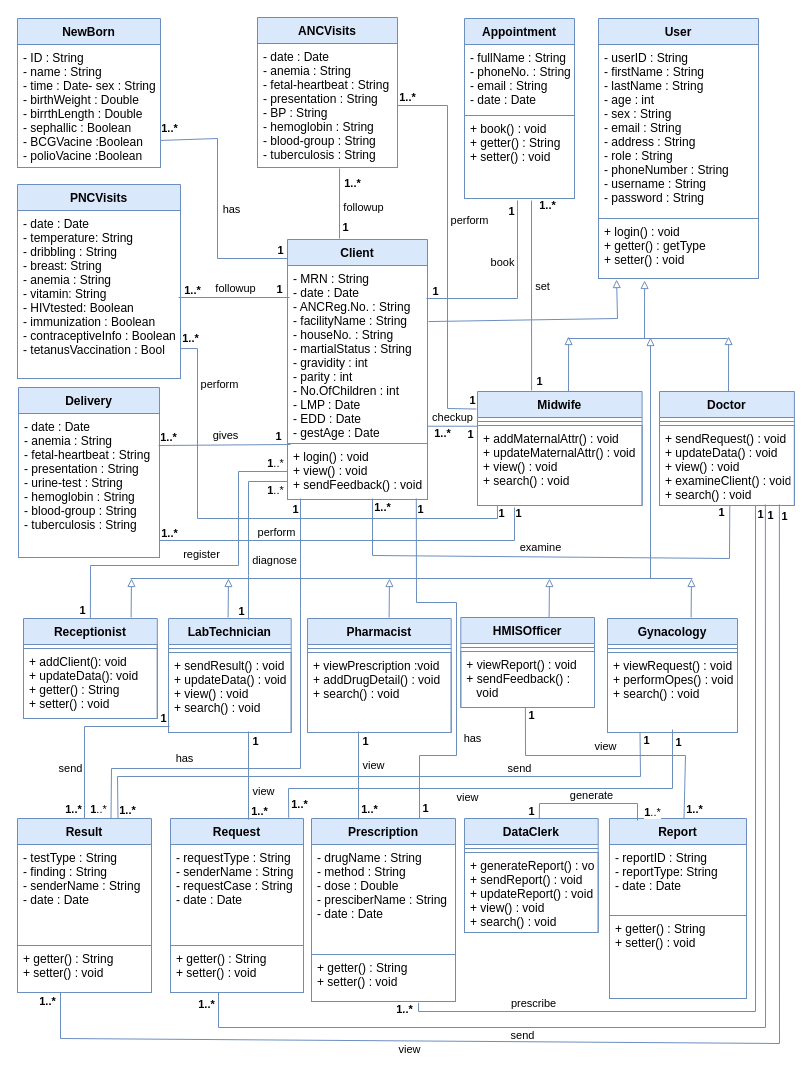
This is Class Diagram.drawio from fasil712/UML_Diagram_Design, a draw.io file, before an edit. Source tidied: cells renumbered, new cells numbered last; positions are measured from the earlier drawing's top-left corner, leaving out a move shared by most shapes. Both pictures are drawn from the tidied source at 100%, with x=0, y=0 at pixel (17, 17).
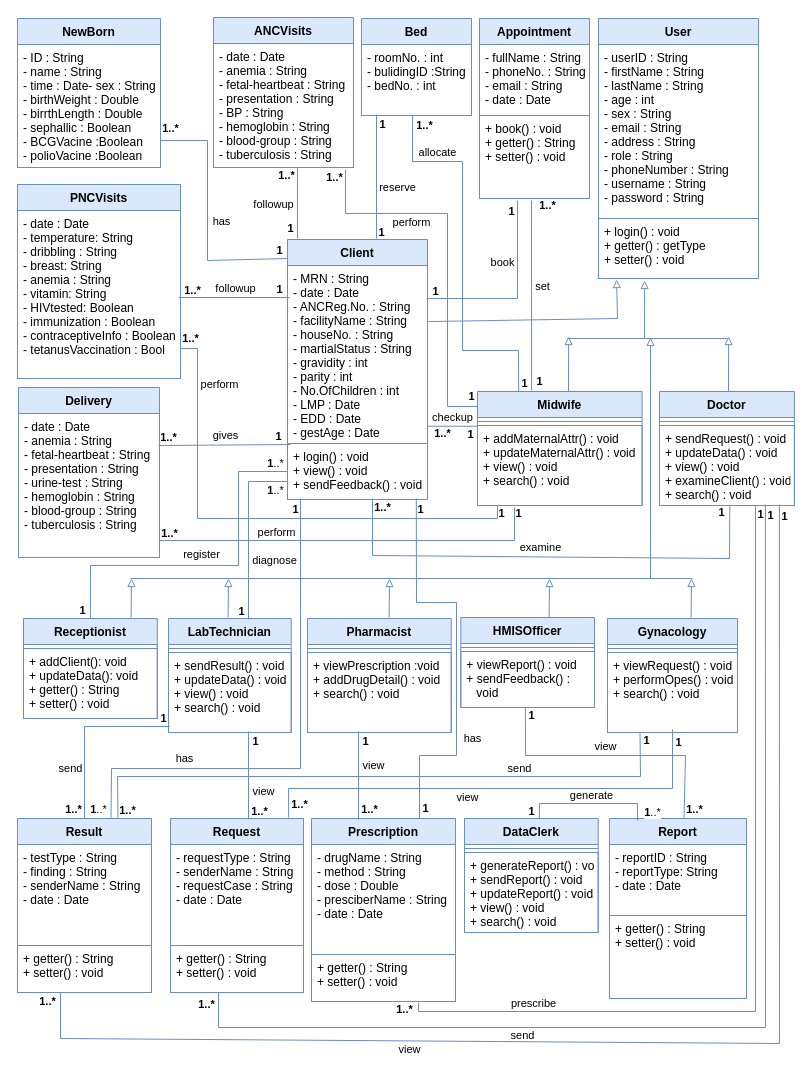
The same page after the edit.

The change refers to these unchanged cells:
```xml
<mxCell id="17" value="Client" style="swimlane;fontStyle=1;align=center;verticalAlign=top;horizontal=1;startSize=26;strokeWidth=1;spacingTop=0;fontSize=12;strokeColor=#6c8ebf;fillColor=#dae8fc;" parent="1" vertex="1">
  <mxGeometry x="270" y="222" width="140" height="260" as="geometry" />
</mxCell>
<mxCell id="21" value="- date : Date&#10;- anemia : String&#10;- fetal-heartbeat : String&#10;- presentation : String&#10;- BP : String&#10;- hemoglobin : String&#10;- blood-group : String&#10;- tuberculosis : String" style="text;strokeColor=#6C8EBF;fillColor=none;align=left;verticalAlign=top;spacingLeft=4;spacingRight=4;overflow=hidden;points=[[0,0.5],[1,0.5]];portConstraint=eastwest;strokeWidth=1;spacingTop=0;fontSize=12;" parent="20" vertex="1">
  <mxGeometry y="26" width="140" height="124" as="geometry" />
</mxCell>
<mxCell id="27" value="- ID : String&#10;- name : String&#10;- time : Date- sex : String&#10;- birthWeight : Double&#10;- birrthLength : Double&#10;- sephallic : Boolean&#10;- BCGVacine :Boolean&#10;- polioVacine :Boolean" style="text;strokeColor=#6C8EBF;fillColor=none;align=left;verticalAlign=top;spacingLeft=4;spacingRight=4;overflow=hidden;points=[[0,0.5],[1,0.5]];portConstraint=eastwest;strokeWidth=1;spacingTop=0;fontSize=12;" parent="26" vertex="1">
  <mxGeometry y="26" width="143" height="123" as="geometry" />
</mxCell>
<mxCell id="28" value="Midwife" style="swimlane;fontStyle=1;align=center;verticalAlign=top;horizontal=1;startSize=26;strokeWidth=1;spacingTop=0;fontSize=12;strokeColor=#6c8ebf;fillColor=#dae8fc;" parent="1" vertex="1">
  <mxGeometry x="460" y="374" width="164.6" height="114" as="geometry" />
</mxCell>
```

Change to the diagram source:
```diff
@@
     <mxCell id="20" value="ANCVisits" style="swimlane;fontStyle=1;align=center;verticalAlign=top;horizontal=1;startSize=26;strokeWidth=1;spacingTop=0;fontSize=12;strokeColor=#6c8ebf;fillColor=#dae8fc;" parent="1" vertex="1">
-      <mxGeometry x="240" width="140" height="150" as="geometry" />
+      <mxGeometry x="196" width="140" height="150" as="geometry" />
     </mxCell>
@@
-    <mxCell id="34" style="endArrow=none;html=1;rounded=0;strokeWidth=1;entryX=0.586;entryY=1.008;entryDx=0;entryDy=0;fillColor=#dae8fc;strokeColor=#6c8ebf;entryPerimeter=0;" parent="1" edge="1" target="21">
+    <mxCell id="34" style="endArrow=none;html=1;rounded=0;strokeWidth=1;fillColor=#dae8fc;strokeColor=#6c8ebf;exitX=0.071;exitY=-0.004;exitDx=0;exitDy=0;exitPerimeter=0;" parent="1" edge="1" source="17">
       <mxGeometry relative="1" as="geometry">
-        <mxPoint x="322" y="221" as="sourcePoint" />
+        <mxPoint x="280" y="151" as="targetPoint" />
       </mxGeometry>
     </mxCell>
     <mxCell id="35" value="followup" style="edgeLabel;html=1;align=center;verticalAlign=middle;" parent="34" vertex="1">
       <mxGeometry x="0.43" y="-2" relative="1" as="geometry">
-        <mxPoint x="21" y="18" as="offset" />
+        <mxPoint x="-26" y="16" as="offset" />
       </mxGeometry>
     </mxCell>
     <mxCell id="36" value="&lt;b&gt;1&lt;/b&gt;" style="edgeLabel;html=1;align=center;verticalAlign=middle;" parent="34" vertex="1">
       <mxGeometry x="-0.42" y="-2" relative="1" as="geometry">
-        <mxPoint x="3" y="8" as="offset" />
+        <mxPoint x="-9" y="10" as="offset" />
       </mxGeometry>
     </mxCell>
     <mxCell id="37" value="&lt;font style=&quot;font-size: 11px;&quot;&gt;&lt;b&gt;1..*&lt;/b&gt;&lt;/font&gt;" style="edgeLabel;html=1;align=center;verticalAlign=middle;" parent="34" vertex="1">
       <mxGeometry x="0.58" y="-3" relative="1" as="geometry">
-        <mxPoint x="9" y="-1" as="offset" />
+        <mxPoint x="-14" y="-8" as="offset" />
       </mxGeometry>
     </mxCell>
     <mxCell id="38" style="endArrow=none;html=1;rounded=0;strokeWidth=1;entryX=1;entryY=0.78;entryDx=0;entryDy=0;entryPerimeter=0;fillColor=#dae8fc;strokeColor=#6c8ebf;" parent="1" edge="1" target="27">
       <mxGeometry relative="1" as="geometry">
         <mxPoint x="270" y="241" as="sourcePoint" />
         <Array as="points">
-          <mxPoint x="200" y="241" />
-          <mxPoint x="200" y="121" />
+          <mxPoint x="190" y="243" />
+          <mxPoint x="190" y="123" />
         </Array>
       </mxGeometry>
     </mxCell>
@@
     <mxCell id="56" value="Appointment" style="swimlane;fontStyle=1;align=center;verticalAlign=top;horizontal=1;startSize=26;strokeWidth=1;spacingTop=0;fontSize=12;strokeColor=#6c8ebf;fillColor=#dae8fc;" parent="1" vertex="1">
-      <mxGeometry x="447" y="1" width="110" height="180" as="geometry" />
+      <mxGeometry x="462" y="1" width="110" height="180" as="geometry" />
     </mxCell>
@@
-    <mxCell id="151" style="endArrow=none;html=1;rounded=0;strokeWidth=1;entryX=1;entryY=0.5;entryDx=0;entryDy=0;exitX=-0.007;exitY=0.154;exitDx=0;exitDy=0;fillColor=#dae8fc;strokeColor=#6c8ebf;exitPerimeter=0;" parent="1" edge="1" source="28" target="21">
+    <mxCell id="151" style="endArrow=none;html=1;rounded=0;strokeWidth=1;entryX=0.943;entryY=1.016;entryDx=0;entryDy=0;fillColor=#dae8fc;strokeColor=#6c8ebf;entryPerimeter=0;" parent="1" edge="1" target="21">
       <mxGeometry relative="1" as="geometry">
+        <mxPoint x="460" y="389" as="sourcePoint" />
         <Array as="points">
-          <mxPoint x="430" y="391" />
-          <mxPoint x="430" y="88" />
+          <mxPoint x="430" y="389" />
+          <mxPoint x="430" y="196" />
+          <mxPoint x="328" y="196" />
         </Array>
       </mxGeometry>
     </mxCell>
     <mxCell id="152" value="perform" style="edgeLabel;html=1;align=center;verticalAlign=middle;" parent="151" vertex="1">
       <mxGeometry x="0.43" y="-2" relative="1" as="geometry">
-        <mxPoint x="19" y="56" as="offset" />
+        <mxPoint x="4" y="10" as="offset" />
       </mxGeometry>
     </mxCell>
     <mxCell id="153" value="&lt;b&gt;1&lt;/b&gt;" style="edgeLabel;html=1;align=center;verticalAlign=middle;fontSize=11;" parent="151" vertex="1">
       <mxGeometry x="-0.74" y="-6" relative="1" as="geometry">
-        <mxPoint x="18" y="13" as="offset" />
+        <mxPoint x="17" y="7" as="offset" />
       </mxGeometry>
     </mxCell>
     <mxCell id="154" value="&lt;b&gt;1..*&lt;/b&gt;" style="edgeLabel;html=1;align=center;verticalAlign=middle;fontSize=11;" parent="151" vertex="1">
       <mxGeometry x="0.86" y="-8" relative="1" as="geometry">
-        <mxPoint x="-17" y="-1" as="offset" />
+        <mxPoint x="-20" y="-19" as="offset" />
       </mxGeometry>
     </mxCell>
@@
+    <mxCell id="167" value="Bed" style="swimlane;fontStyle=1;align=center;verticalAlign=top;horizontal=1;startSize=26;strokeWidth=1;spacingTop=0;fontSize=12;strokeColor=#6c8ebf;fillColor=#dae8fc;" parent="1" vertex="1">
+      <mxGeometry x="344" y="1" width="110" height="97" as="geometry" />
+    </mxCell>
+    <mxCell id="168" value="- roomNo. : int&#10;- bulidingID :String&#10;- bedNo. : int" style="text;strokeColor=#6C8EBF;fillColor=none;align=left;verticalAlign=top;spacingLeft=4;spacingRight=4;overflow=hidden;points=[[0,0.5],[1,0.5]];portConstraint=eastwest;strokeWidth=1;spacingTop=0;fontSize=12;" parent="167" vertex="1">
+      <mxGeometry y="26" width="110" height="71" as="geometry" />
+    </mxCell>
+    <mxCell id="169" style="endArrow=none;html=1;rounded=0;strokeWidth=1;fillColor=#dae8fc;strokeColor=#6c8ebf;exitX=0.25;exitY=0;exitDx=0;exitDy=0;entryX=0.464;entryY=1;entryDx=0;entryDy=0;entryPerimeter=0;" parent="1" edge="1" source="28" target="168">
+      <mxGeometry relative="1" as="geometry">
+        <Array as="points">
+          <mxPoint x="501" y="333" />
+          <mxPoint x="445" y="333" />
+          <mxPoint x="445" y="144" />
+          <mxPoint x="395" y="144" />
+        </Array>
+      </mxGeometry>
+    </mxCell>
+    <mxCell id="170" value="allocate" style="edgeLabel;html=1;align=center;verticalAlign=middle;" parent="169" vertex="1">
+      <mxGeometry x="0.43" y="-2" relative="1" as="geometry">
+        <mxPoint x="-28" y="-23" as="offset" />
+      </mxGeometry>
+    </mxCell>
+    <mxCell id="171" value="&lt;b&gt;1&lt;/b&gt;" style="edgeLabel;html=1;align=center;verticalAlign=middle;" parent="169" vertex="1">
+      <mxGeometry x="-0.42" y="-2" relative="1" as="geometry">
+        <mxPoint x="59" y="46" as="offset" />
+      </mxGeometry>
+    </mxCell>
+    <mxCell id="172" value="&lt;font style=&quot;font-size: 11px;&quot;&gt;&lt;b&gt;1..*&lt;/b&gt;&lt;/font&gt;" style="edgeLabel;html=1;align=center;verticalAlign=middle;" parent="169" vertex="1">
+      <mxGeometry x="0.58" y="-3" relative="1" as="geometry">
+        <mxPoint x="-23" y="-34" as="offset" />
+      </mxGeometry>
+    </mxCell>
+    <mxCell id="173" style="endArrow=none;html=1;rounded=0;strokeWidth=1;fillColor=#dae8fc;strokeColor=#6c8ebf;" parent="1" edge="1">
+      <mxGeometry relative="1" as="geometry">
+        <mxPoint x="359" y="221" as="sourcePoint" />
+        <mxPoint x="359" y="97" as="targetPoint" />
+      </mxGeometry>
+    </mxCell>
+    <mxCell id="174" value="reserve" style="edgeLabel;html=1;align=center;verticalAlign=middle;" parent="173" vertex="1">
+      <mxGeometry x="0.43" y="-2" relative="1" as="geometry">
+        <mxPoint x="18" y="37" as="offset" />
+      </mxGeometry>
+    </mxCell>
+    <mxCell id="175" value="&lt;b&gt;1&lt;/b&gt;" style="edgeLabel;html=1;align=center;verticalAlign=middle;" parent="173" vertex="1">
+      <mxGeometry x="-0.42" y="-2" relative="1" as="geometry">
+        <mxPoint x="2" y="29" as="offset" />
+      </mxGeometry>
+    </mxCell>
+    <mxCell id="176" value="&lt;font style=&quot;font-size: 11px;&quot;&gt;&lt;b&gt;1&lt;/b&gt;&lt;/font&gt;" style="edgeLabel;html=1;align=center;verticalAlign=middle;" parent="173" vertex="1">
+      <mxGeometry x="0.58" y="-3" relative="1" as="geometry">
+        <mxPoint x="2" y="-17" as="offset" />
+      </mxGeometry>
+    </mxCell>
```
